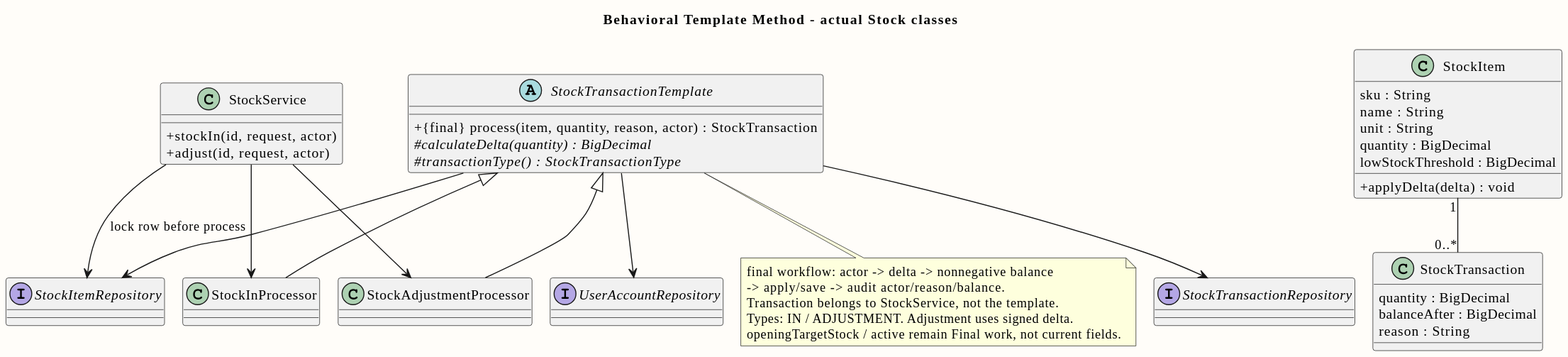
This is doc/diagrams/previews/class-stock-template.svg from PavaritPramual/buffet-restaurant-management-system, a PlantUML export, as it was before one commit. Its diagram source:
```plantuml
@startuml
!pragma layout smetana
skinparam shadowing false
skinparam classAttributeIconSize 0
skinparam backgroundColor #FFFDF9
skinparam defaultFontName Tahoma
title Behavioral Template Method - actual Stock classes
abstract class StockTransactionTemplate {
 +{final} process(item, quantity, reason, actor) : StockTransaction
 #{abstract} calculateDelta(quantity) : BigDecimal
 #{abstract} transactionType() : StockTransactionType
}
class StockInProcessor
class StockAdjustmentProcessor
class StockService {
 +stockIn(id, request, actor)
 +adjust(id, request, actor)
}
class StockItem {
 sku : String
 name : String
 unit : String
 quantity : BigDecimal
 lowStockThreshold : BigDecimal
 +applyDelta(delta) : void
}
class StockTransaction {
 quantity : BigDecimal
 balanceAfter : BigDecimal
 reason : String
}
interface StockItemRepository
interface StockTransactionRepository
interface UserAccountRepository
StockTransactionTemplate <|-- StockInProcessor
StockTransactionTemplate <|-- StockAdjustmentProcessor
StockService --> StockInProcessor
StockService --> StockAdjustmentProcessor
StockService --> StockItemRepository : lock row before process
StockTransactionTemplate --> StockItemRepository
StockTransactionTemplate --> StockTransactionRepository
StockTransactionTemplate --> UserAccountRepository
StockItem "1" -- "0..*" StockTransaction
note bottom of StockTransactionTemplate
 final workflow: actor -> delta -> nonnegative balance
 -> apply/save -> audit actor/reason/balance.
 Transaction belongs to StockService, not the template.
 Types: IN / ADJUSTMENT. Adjustment uses signed delta.
 openingTargetStock / active remain Final work, not current fields.
end note
@enduml
```
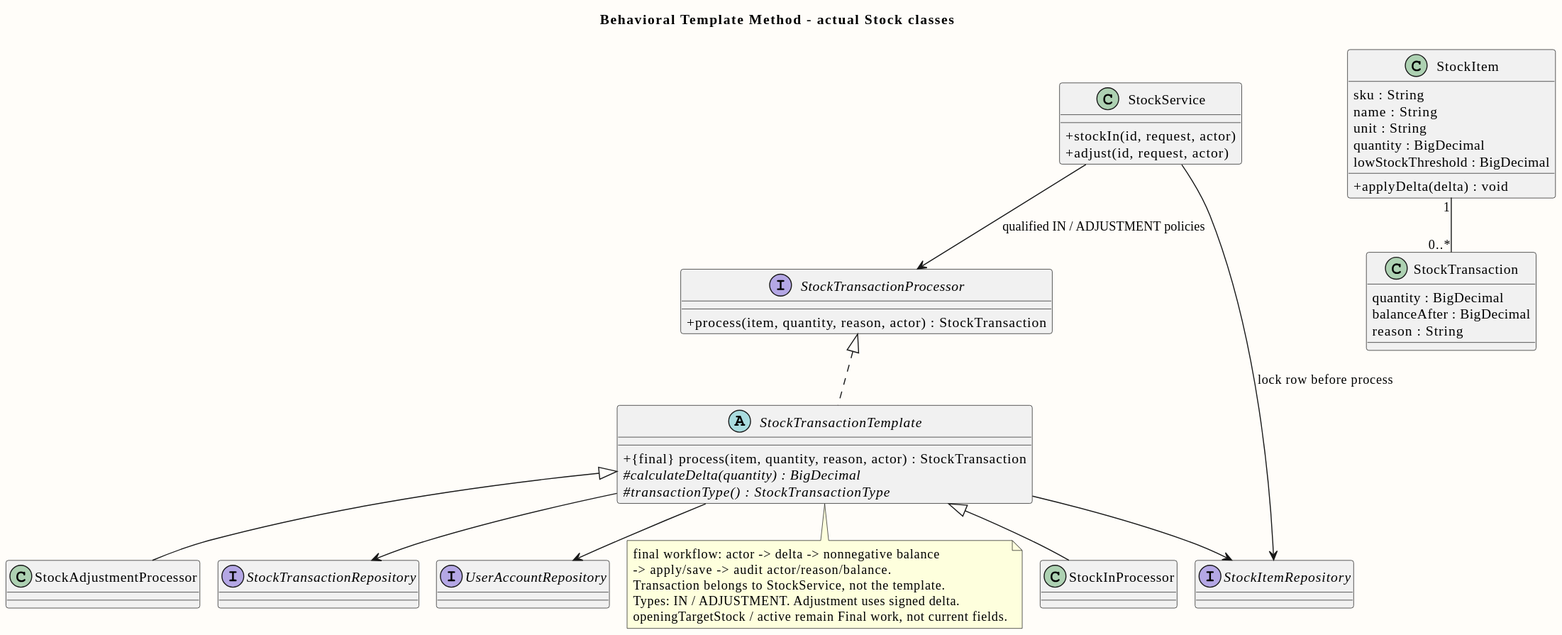
After the commit.

Change to the diagram source:
```diff
@@ -9,6 +9,9 @@
  +{final} process(item, quantity, reason, actor) : StockTransaction
  #{abstract} calculateDelta(quantity) : BigDecimal
  #{abstract} transactionType() : StockTransactionType
+}
+interface StockTransactionProcessor {
+ +process(item, quantity, reason, actor) : StockTransaction
 }
 class StockInProcessor
 class StockAdjustmentProcessor
@@ -34,8 +37,8 @@
 interface UserAccountRepository
 StockTransactionTemplate <|-- StockInProcessor
 StockTransactionTemplate <|-- StockAdjustmentProcessor
-StockService --> StockInProcessor
-StockService --> StockAdjustmentProcessor
+StockTransactionProcessor <|.. StockTransactionTemplate
+StockService --> StockTransactionProcessor : qualified IN / ADJUSTMENT policies
 StockService --> StockItemRepository : lock row before process
 StockTransactionTemplate --> StockItemRepository
 StockTransactionTemplate --> StockTransactionRepository
```
